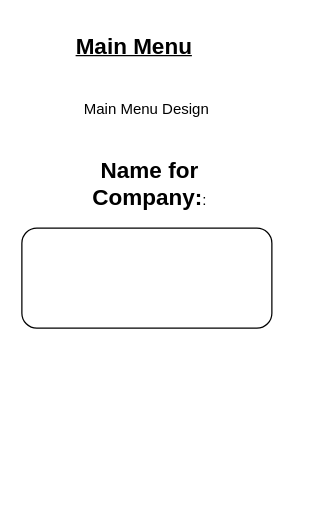
Above: Ice Cream Data Modelling design.drawio in richs2101/Ice-Cream (draw.io), before the change. Source tidied: cells renumbered, new cells numbered last; positions are measured from the earlier drawing's top-left corner, leaving out a move shared by most shapes. Both pictures are drawn from the tidied source at 125%, with x=0, y=0 at pixel (21, 21).
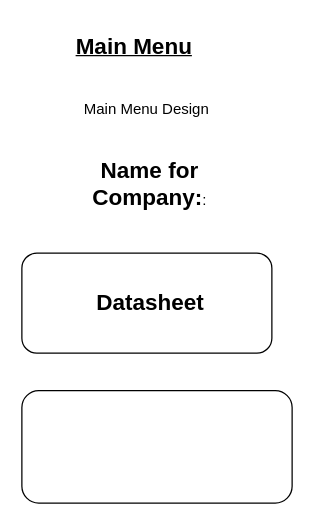
The same page after the edit.

Diff of the diagram source:
```diff
@@
 <mxGraphModel background="light-dark(#FFFFFF,#FFFFFF)">
   <root>
     <mxCell id="0" />
     <mxCell id="1" parent="0" />
     <mxCell id="2" value="&lt;font style=&quot;color: light-dark(rgb(0, 0, 0), rgb(0, 0, 0)); font-size: 18px;&quot;&gt;&lt;b&gt;&lt;u&gt;Main Menu&lt;/u&gt;&lt;/b&gt;&lt;/font&gt;" style="text;html=1;whiteSpace=wrap;strokeColor=none;fillColor=none;align=center;verticalAlign=middle;rounded=0;" parent="1" vertex="1">
       <mxGeometry x="30" width="120" height="40" as="geometry" />
     </mxCell>
     <mxCell id="3" value="&lt;font style=&quot;color: light-dark(rgb(0, 0, 0), rgb(0, 0, 0));&quot;&gt;Main Menu Design&lt;/font&gt;" style="text;html=1;whiteSpace=wrap;strokeColor=none;fillColor=none;align=center;verticalAlign=middle;rounded=0;" parent="1" vertex="1">
       <mxGeometry x="40" y="55" width="120" height="30" as="geometry" />
     </mxCell>
     <mxCell id="4" value="&lt;font style=&quot;color: light-dark(rgb(0, 0, 0), rgb(0, 0, 0));&quot;&gt;&lt;b style=&quot;&quot;&gt;&lt;font style=&quot;font-size: 18px;&quot;&gt;Name for Company:&lt;/font&gt;&lt;/b&gt;:&lt;/font&gt;" style="text;html=1;whiteSpace=wrap;strokeColor=none;fillColor=none;align=center;verticalAlign=middle;rounded=0;" parent="1" vertex="1">
       <mxGeometry x="25" y="95" width="155" height="70" as="geometry" />
     </mxCell>
     <mxCell id="5" style="rounded=1;whiteSpace=wrap;html=1;fillColor=none;strokeColor=light-dark(#000000,#000000);" parent="1" vertex="1">
-      <mxGeometry y="165" width="200" height="80" as="geometry" />
+      <mxGeometry y="185" width="200" height="80" as="geometry" />
     </mxCell>
+    <mxCell id="6" value="&lt;font style=&quot;color: light-dark(rgb(0, 0, 0), rgb(0, 0, 0)); font-size: 18px;&quot;&gt;&lt;b&gt;Datasheet&lt;/b&gt;&lt;/font&gt;" style="text;html=1;whiteSpace=wrap;strokeColor=none;fillColor=none;align=center;verticalAlign=middle;rounded=0;" parent="1" vertex="1">
+      <mxGeometry x="62.5" y="205" width="80" height="40" as="geometry" />
+    </mxCell>
+    <mxCell id="7" style="rounded=1;whiteSpace=wrap;html=1;fillColor=none;strokeColor=light-dark(#000000,#000000);" parent="1" vertex="1">
+      <mxGeometry y="295" width="216.2" height="90" as="geometry" />
+    </mxCell>
   </root>
 </mxGraphModel>
```
